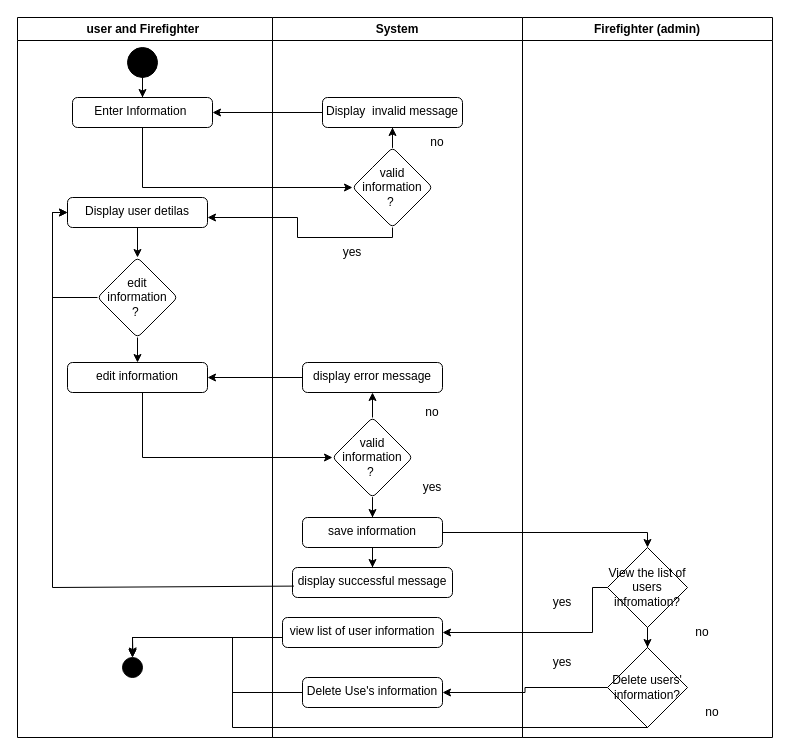
This is page "profile AD" (5 of 21) of doc/PSM.drawio from SNFASA/AI-Fire-Monitoring-System, a draw.io file, before an edit. Source tidied: cells renumbered, new cells numbered last; positions are measured from the earlier drawing's top-left corner, leaving out a move shared by most shapes. Both pictures are drawn from the tidied source at 100%, with x=0, y=0 at pixel (17, 17).
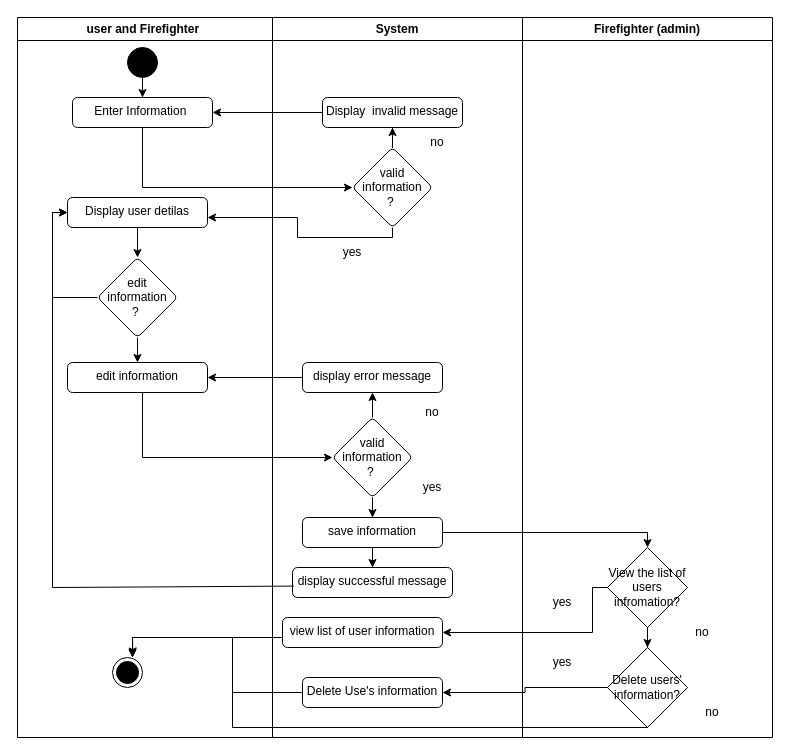
After the change.

The change refers to these unchanged cells:
```xml
<mxCell id="2" value="user and Firefighter&amp;nbsp;" style="swimlane;whiteSpace=wrap;html=1;" parent="1" vertex="1">
  <mxGeometry width="255" height="720" as="geometry" />
</mxCell>
<mxCell id="27" value="view list of user information" style="html=1;align=center;verticalAlign=top;rounded=1;absoluteArcSize=1;arcSize=10;dashed=0;whiteSpace=wrap;" parent="14" vertex="1">
  <mxGeometry x="10" y="600" width="160" height="30" as="geometry" />
</mxCell>
<mxCell id="28" value="Delete Use's information" style="html=1;align=center;verticalAlign=top;rounded=1;absoluteArcSize=1;arcSize=10;dashed=0;whiteSpace=wrap;" parent="14" vertex="1">
  <mxGeometry x="30" y="660" width="140" height="30" as="geometry" />
</mxCell>
<mxCell id="36" value="Delete users' information?" style="rhombus;whiteSpace=wrap;html=1;" parent="33" vertex="1">
  <mxGeometry x="85" y="630" width="80" height="80" as="geometry" />
</mxCell>
```

What changed in the source:
```diff
@@
-    <mxCell id="13" style="ellipse;fillColor=strokeColor;html=1;" parent="2" vertex="1">
-      <mxGeometry x="105" y="640" width="20" height="20" as="geometry" />
-    </mxCell>
+    <mxCell id="53" style="ellipse;html=1;shape=endState;fillColor=strokeColor;" parent="2" vertex="1">
+      <mxGeometry x="95" y="640" width="30" height="30" as="geometry" />
+    </mxCell>
@@
-    <mxCell id="50" style="edgeStyle=orthogonalEdgeStyle;rounded=0;jettySize=auto;html=1;entryX=0.5;entryY=0;entryDx=0;entryDy=0;" parent="1" edge="1" source="27" target="13">
+    <mxCell id="50" style="edgeStyle=orthogonalEdgeStyle;rounded=0;jettySize=auto;html=1;entryX=0.5;entryY=0;entryDx=0;entryDy=0;" parent="1" edge="1" source="27">
       <mxGeometry relative="1" as="geometry">
+        <mxPoint x="115" y="640" as="targetPoint" />
         <Array as="points">
           <mxPoint x="115" y="620" />
         </Array>
       </mxGeometry>
     </mxCell>
-    <mxCell id="51" style="endArrow=classic;html=1;rounded=0;entryX=0.519;entryY=-0.075;entryDx=0;entryDy=0;entryPerimeter=0;exitX=0;exitY=0.5;exitDx=0;exitDy=0;" parent="1" edge="1" source="28" target="13">
+    <mxCell id="51" style="endArrow=classic;html=1;rounded=0;entryX=0.519;entryY=-0.075;entryDx=0;entryDy=0;entryPerimeter=0;exitX=0;exitY=0.5;exitDx=0;exitDy=0;" parent="1" edge="1" source="28">
       <mxGeometry relative="1" as="geometry">
+        <mxPoint x="115.4" y="638.5" as="targetPoint" />
         <Array as="points">
           <mxPoint x="215" y="675" />
           <mxPoint x="215" y="620" />
           <mxPoint x="115" y="620" />
         </Array>
       </mxGeometry>
     </mxCell>
-    <mxCell id="52" style="endArrow=classic;html=1;rounded=0;exitX=0.5;exitY=1;exitDx=0;exitDy=0;entryX=0.5;entryY=0;entryDx=0;entryDy=0;" parent="1" edge="1" source="36" target="13">
+    <mxCell id="52" style="endArrow=classic;html=1;rounded=0;exitX=0.5;exitY=1;exitDx=0;exitDy=0;entryX=0.5;entryY=0;entryDx=0;entryDy=0;" parent="1" edge="1" source="36">
       <mxGeometry relative="1" as="geometry">
+        <mxPoint x="115" y="640" as="targetPoint" />
         <Array as="points">
           <mxPoint x="215" y="710" />
           <mxPoint x="215" y="620" />
           <mxPoint x="115" y="620" />
         </Array>
       </mxGeometry>
     </mxCell>
```
